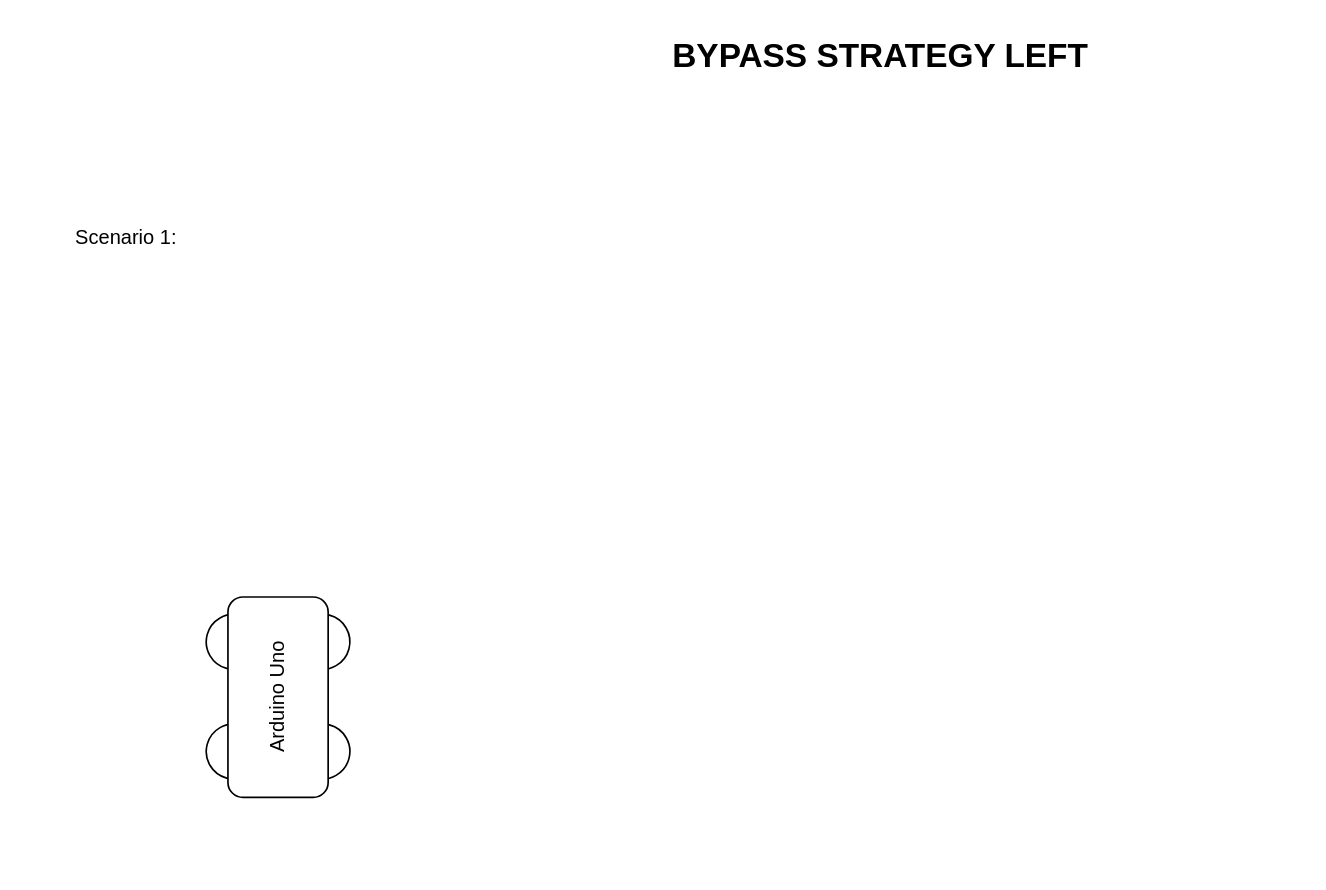
The draw.io diagram Projekte/Arduino-mit-Fernbedienung-steuern_Hinterniserkennung/bypass-strategy.drawio in niclasheinz/aur, before the edit. Source tidied: cells renumbered, new cells numbered last; positions are measured from the earlier drawing's top-left corner, leaving out a move shared by most shapes. Both pictures are drawn from the tidied source at 167%, with x=0, y=0 at pixel (28, 28).
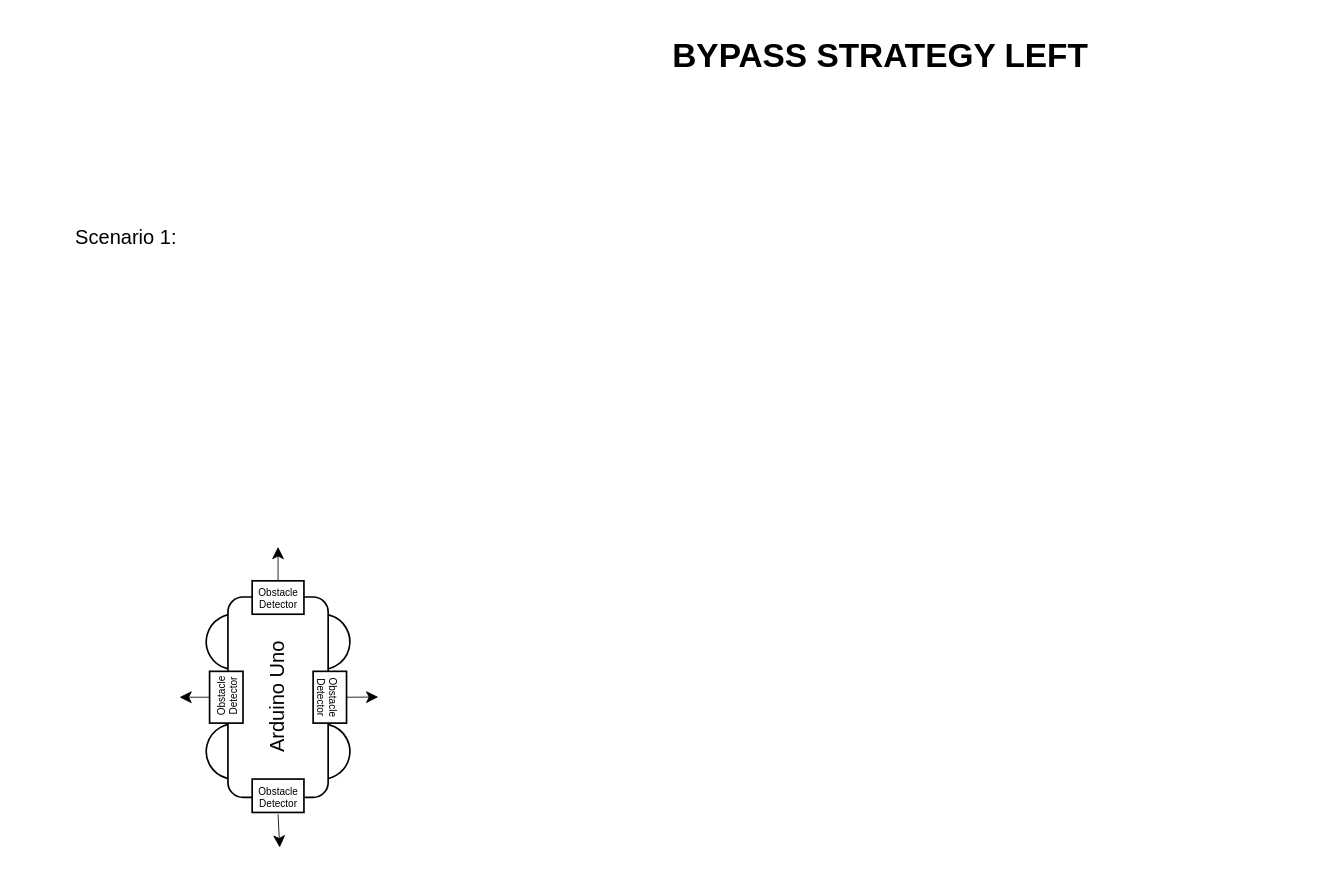
The same diagram, later.

Commit message (it also covers changes not shown here):
Updated bypass strategy left

Diff of the diagram source:
```diff
@@
+    <mxCell id="10" style="group;" parent="1" vertex="1">
+      <mxGeometry x="90" y="310" width="119" height="180" as="geometry" />
+    </mxCell>
-    <mxCell id="4" style="group;" parent="1" vertex="1">
-      <mxGeometry x="100" y="340" width="98.1" height="120" as="geometry" />
+    <mxCell id="4" style="group;" parent="10" vertex="1">
+      <mxGeometry x="10" y="30" width="109" height="129" as="geometry" />
     </mxCell>
@@
+    <mxCell id="11" value="&lt;p style=&quot;line-height: 40%;&quot;&gt;&lt;font style=&quot;font-size: 6px;&quot;&gt;Obstacle Detector&lt;/font&gt;&lt;/p&gt;" style="rounded=0;whiteSpace=wrap;html=1;" parent="4" vertex="1">
+      <mxGeometry x="33.5" y="-9.7" width="31" height="20" as="geometry" />
+    </mxCell>
+    <mxCell id="12" value="&lt;p style=&quot;line-height: 40%;&quot;&gt;&lt;font style=&quot;font-size: 6px;&quot;&gt;Obstacle Detector&lt;/font&gt;&lt;/p&gt;" style="rounded=0;whiteSpace=wrap;html=1;rotation=90;" parent="4" vertex="1">
+      <mxGeometry x="64.5" y="50" width="31" height="20" as="geometry" />
+    </mxCell>
+    <mxCell id="13" value="&lt;p style=&quot;line-height: 40%;&quot;&gt;&lt;font style=&quot;font-size: 6px;&quot;&gt;Obstacle Detector&lt;/font&gt;&lt;/p&gt;" style="rounded=0;whiteSpace=wrap;html=1;rotation=-90;" parent="4" vertex="1">
+      <mxGeometry x="2.5" y="50" width="31" height="20" as="geometry" />
+    </mxCell>
+    <mxCell id="14" value="&lt;p style=&quot;line-height: 40%;&quot;&gt;&lt;font style=&quot;font-size: 6px;&quot;&gt;Obstacle Detector&lt;/font&gt;&lt;/p&gt;" style="rounded=0;whiteSpace=wrap;html=1;" parent="4" vertex="1">
+      <mxGeometry x="33.5" y="109" width="31" height="20" as="geometry" />
+    </mxCell>
+    <mxCell id="15" style="endArrow=classic;html=1;rounded=0;strokeWidth=0.5;" parent="4" edge="1">
+      <mxGeometry relative="1" as="geometry">
+        <mxPoint x="90" y="60" as="sourcePoint" />
+        <mxPoint x="109" y="59.9" as="targetPoint" />
+      </mxGeometry>
+    </mxCell>
+    <mxCell id="16" style="endArrow=classic;html=1;rounded=0;strokeWidth=0.5;exitX=0.5;exitY=0;exitDx=0;exitDy=0;" parent="10" edge="1" source="11">
+      <mxGeometry relative="1" as="geometry">
+        <mxPoint x="59" as="targetPoint" />
+      </mxGeometry>
+    </mxCell>
+    <mxCell id="17" style="endArrow=classic;html=1;rounded=0;strokeWidth=0.5;exitX=0.5;exitY=0;exitDx=0;exitDy=0;" parent="10" edge="1" source="13">
+      <mxGeometry relative="1" as="geometry">
+        <mxPoint y="90" as="targetPoint" />
+      </mxGeometry>
+    </mxCell>
+    <mxCell id="18" style="endArrow=classic;html=1;rounded=0;strokeWidth=0.5;" parent="10" edge="1">
+      <mxGeometry relative="1" as="geometry">
+        <mxPoint x="59" y="160" as="sourcePoint" />
+        <mxPoint x="60" y="180" as="targetPoint" />
+      </mxGeometry>
+    </mxCell>
```
